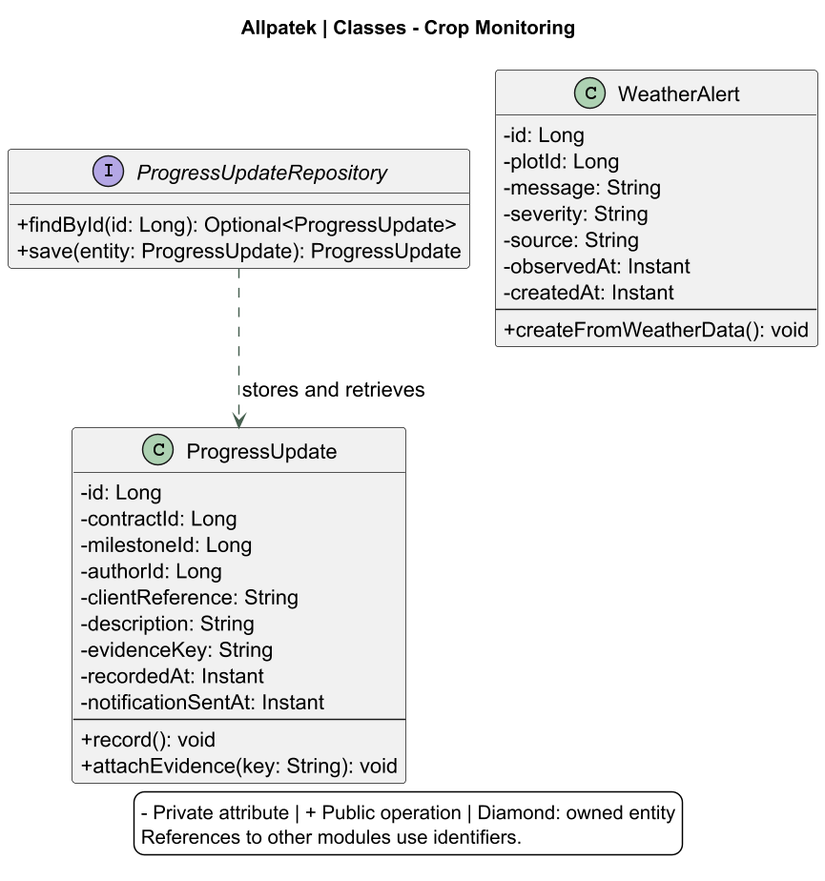
Above: assets/chapter-04/architecture/12-classes-monitoring.png in upc-pre-202620-1asi0729-7753-Terranova/allpatek-report (PlantUML), before the change. Source of this version:
```plantuml
@startuml
!pragma layout smetana
skinparam backgroundColor white
skinparam defaultFontName SansSerif
skinparam defaultFontSize 15
skinparam shadowing false
skinparam classAttributeIconSize 0
skinparam ArrowColor #476050
skinparam dpi 140
title Allpatek | Classes - Crop Monitoring
top to bottom direction
class ProgressUpdate {
 -id: Long
 -contractId: Long
 -milestoneId: Long
 -authorId: Long
 -clientReference: String
 -description: String
 -evidenceKey: String
 -recordedAt: Instant
 -notificationSentAt: Instant
 --
+record(): void
+attachEvidence(key: String): void
}
class WeatherAlert {
 -id: Long
 -plotId: Long
 -message: String
 -severity: String
 -source: String
 -observedAt: Instant
 -createdAt: Instant
 --
+createFromWeatherData(): void
}
interface ProgressUpdateRepository {
 +findById(id: Long): Optional<ProgressUpdate>
 +save(entity: ProgressUpdate): ProgressUpdate
}
ProgressUpdateRepository ..> ProgressUpdate : stores and retrieves
legend bottom
- Private attribute | + Public operation | Diamond: owned entity
References to other modules use identifiers.
endlegend
@enduml
```
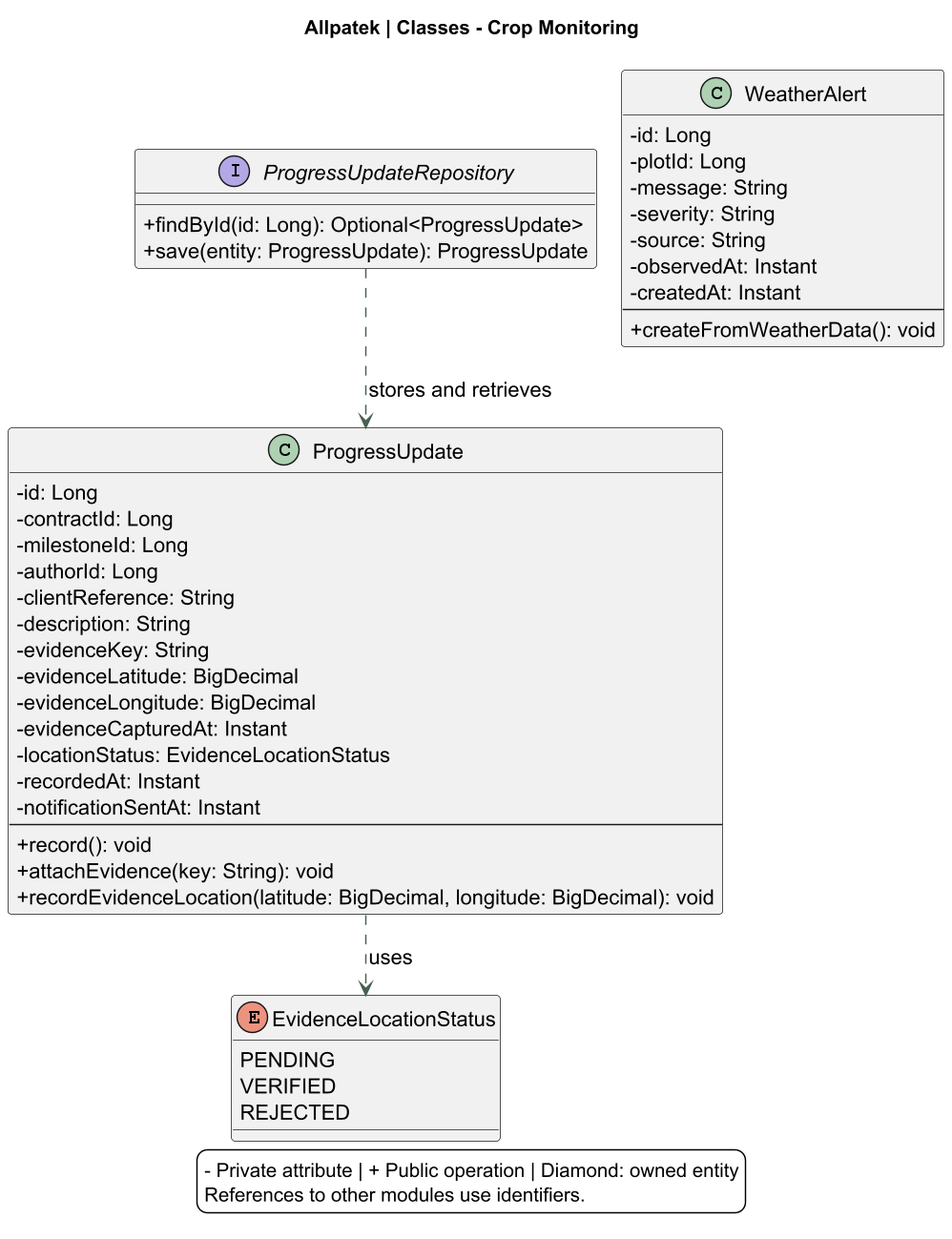
The same diagram one commit later.

Change to the diagram source:
```diff
@@ -17,11 +17,16 @@
  -clientReference: String
  -description: String
  -evidenceKey: String
+ -evidenceLatitude: BigDecimal
+ -evidenceLongitude: BigDecimal
+ -evidenceCapturedAt: Instant
+ -locationStatus: EvidenceLocationStatus
  -recordedAt: Instant
  -notificationSentAt: Instant
  --
 +record(): void
 +attachEvidence(key: String): void
++recordEvidenceLocation(latitude: BigDecimal, longitude: BigDecimal): void
 }
 class WeatherAlert {
  -id: Long
@@ -34,6 +39,12 @@
  --
 +createFromWeatherData(): void
 }
+enum EvidenceLocationStatus {
+PENDING
+VERIFIED
+REJECTED
+}
+ProgressUpdate ..> EvidenceLocationStatus : uses
 interface ProgressUpdateRepository {
  +findById(id: Long): Optional<ProgressUpdate>
  +save(entity: ProgressUpdate): ProgressUpdate
```
